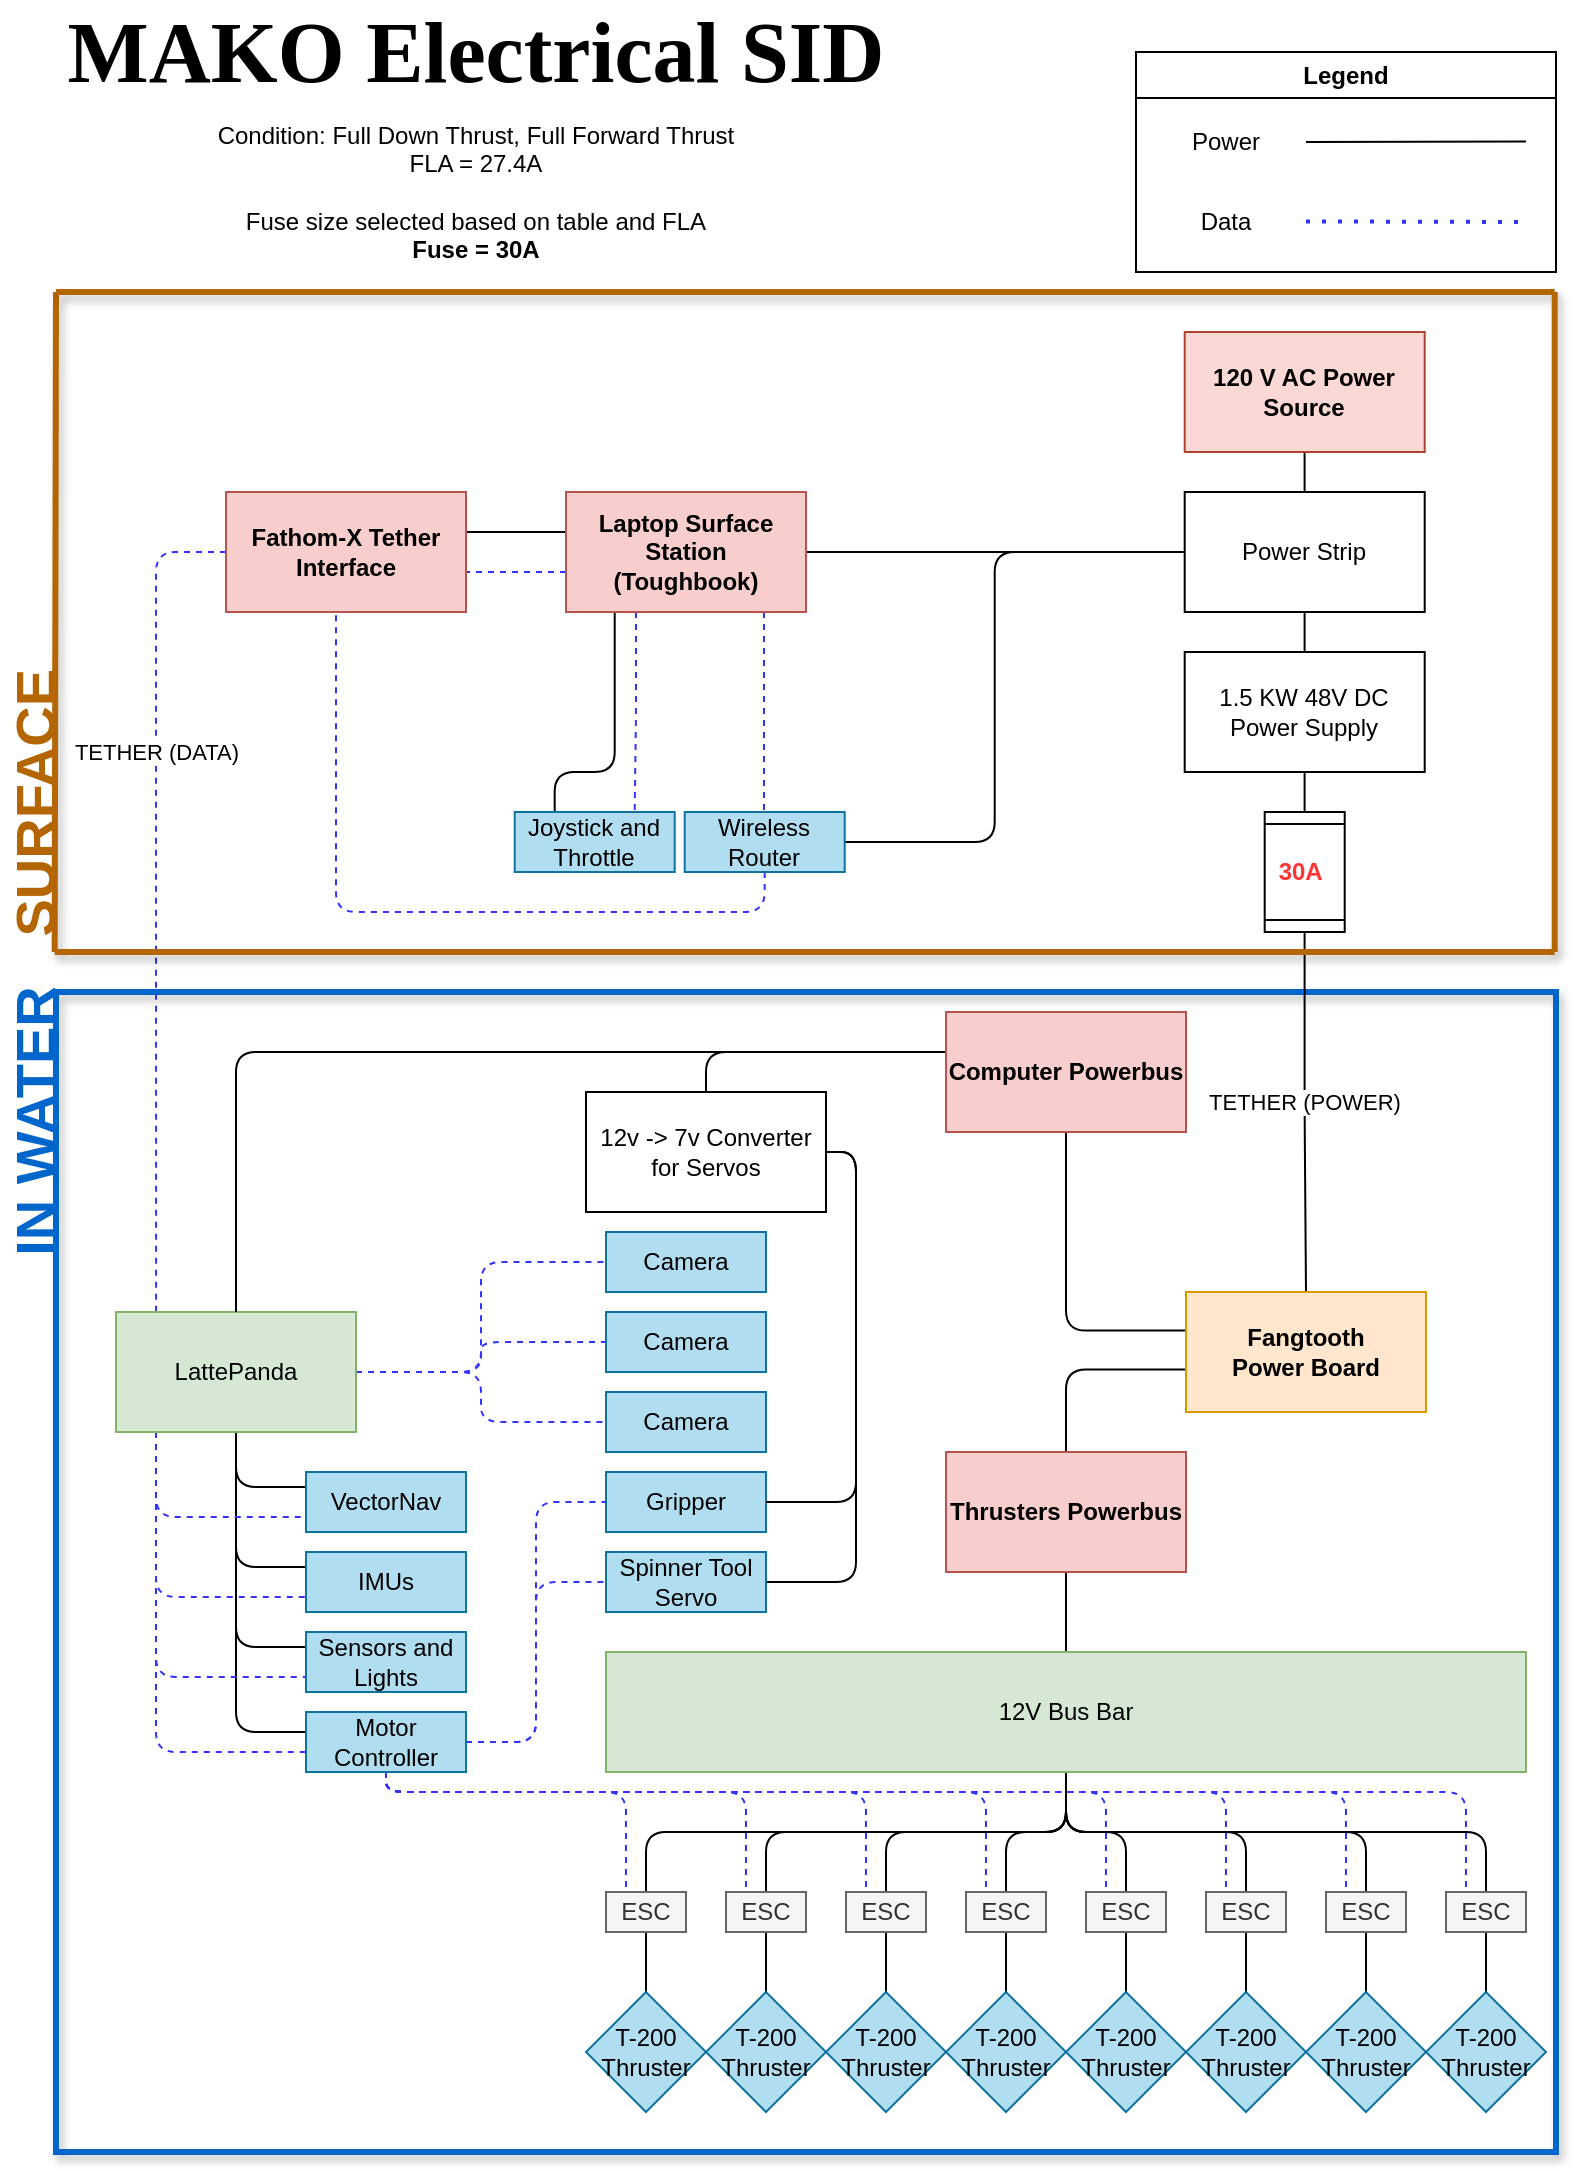
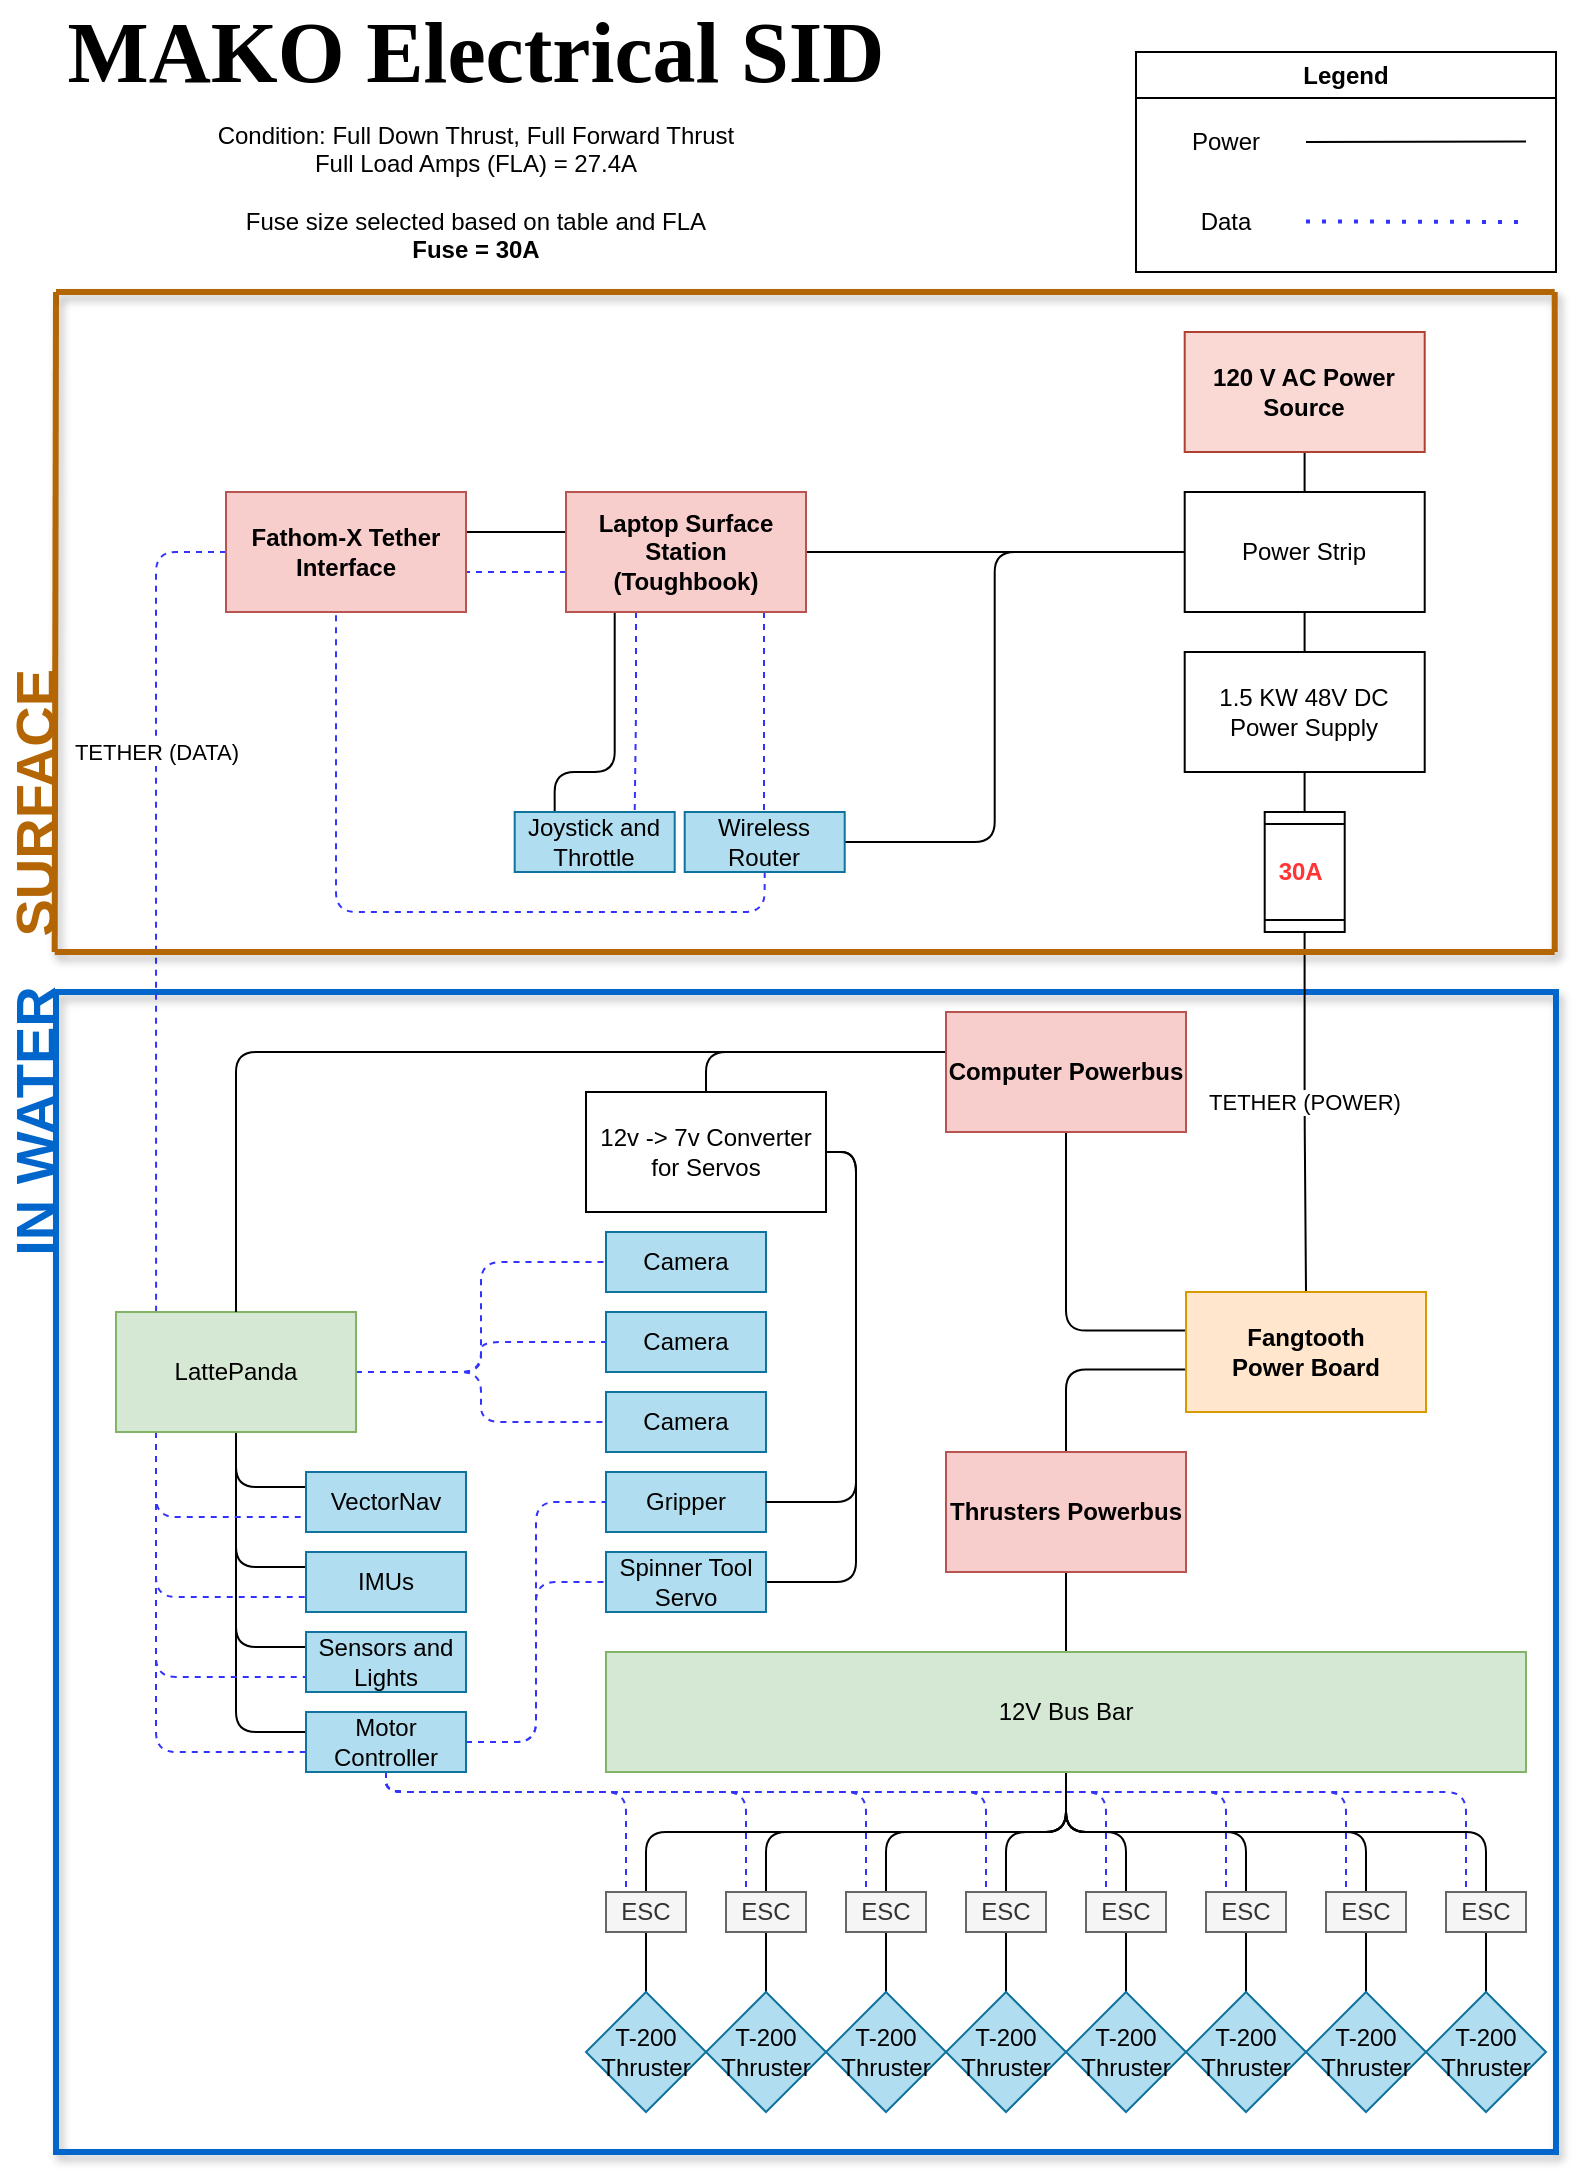
<mxfile host="app.diagrams.net" agent="Mozilla/5.0 (Windows NT 10.0; Win64; x64; rv:139.0) Gecko/20100101 Firefox/139.0">
  <diagram name="Page-1" id="doaNbLGYiiKzRFzNWdXi">
-     <mxGraphModel dx="1204" dy="1192" grid="1" gridSize="10" guides="1" tooltips="1" connect="1" arrows="1" fold="1" page="1" pageScale="1" pageWidth="850" pageHeight="1100" math="0" shadow="0">
+     <mxGraphModel dx="567" dy="822" grid="1" gridSize="10" guides="1" tooltips="1" connect="1" arrows="1" fold="1" page="1" pageScale="1" pageWidth="850" pageHeight="1100" math="0" shadow="0">
      <root>
        <mxCell id="0" />
        <mxCell id="1" parent="0" />
        <mxCell id="0vSBfI8_46AL9H7hPHAw-18" parent="1" style="rounded=0;whiteSpace=wrap;html=1;fillColor=none;strokeWidth=3;strokeColor=#0066CC;glass=0;shadow=1;" value="" vertex="1">
          <mxGeometry height="580" width="750" x="890" y="500" as="geometry" />
        </mxCell>
        <mxCell id="59XTsty1G1Yx93DkZX_j-1" parent="1" style="text;html=1;whiteSpace=wrap;strokeColor=none;fillColor=none;align=center;verticalAlign=middle;rounded=0;fontFamily=Times New Roman;fontStyle=1" value="&lt;font style=&quot;font-size: 43px;&quot;&gt;&lt;span&gt;MAKO Electrical SID&lt;/span&gt;&lt;/font&gt;" vertex="1">
          <mxGeometry height="40" width="420" x="890" y="10" as="geometry" />
        </mxCell>
        <mxCell id="59XTsty1G1Yx93DkZX_j-24" edge="1" parent="1" style="edgeStyle=orthogonalEdgeStyle;rounded=0;orthogonalLoop=1;jettySize=auto;html=1;exitX=0.5;exitY=1;exitDx=0;exitDy=0;">
          <mxGeometry relative="1" as="geometry">
            <mxPoint x="1435" y="910" as="sourcePoint" />
            <mxPoint x="1435" y="910" as="targetPoint" />
          </mxGeometry>
        </mxCell>
        <mxCell id="59XTsty1G1Yx93DkZX_j-45" parent="1" style="swimlane;whiteSpace=wrap;html=1;" value="Legend" vertex="1">
          <mxGeometry height="110" width="210" x="1430" y="30" as="geometry" />
        </mxCell>
        <mxCell id="59XTsty1G1Yx93DkZX_j-46" parent="59XTsty1G1Yx93DkZX_j-45" style="text;html=1;whiteSpace=wrap;strokeColor=none;fillColor=none;align=center;verticalAlign=middle;rounded=0;" value="Power" vertex="1">
          <mxGeometry height="30" width="60" x="15" y="30" as="geometry" />
        </mxCell>
        <mxCell id="59XTsty1G1Yx93DkZX_j-47" parent="59XTsty1G1Yx93DkZX_j-45" style="text;html=1;whiteSpace=wrap;strokeColor=none;fillColor=none;align=center;verticalAlign=middle;rounded=0;" value="Data" vertex="1">
          <mxGeometry height="30" width="60" x="15" y="70" as="geometry" />
        </mxCell>
        <mxCell id="59XTsty1G1Yx93DkZX_j-53" edge="1" parent="59XTsty1G1Yx93DkZX_j-45" style="endArrow=none;dashed=1;html=1;dashPattern=1 3;strokeWidth=2;strokeColor=#3333FF;" value="">
          <mxGeometry height="50" relative="1" width="50" as="geometry">
            <mxPoint x="85" y="84.72" as="sourcePoint" />
            <mxPoint x="195" y="85" as="targetPoint" />
          </mxGeometry>
        </mxCell>
        <mxCell id="59XTsty1G1Yx93DkZX_j-54" edge="1" parent="59XTsty1G1Yx93DkZX_j-45" style="endArrow=none;html=1;strokeColor=#000000;" value="">
          <mxGeometry height="50" relative="1" width="50" as="geometry">
            <mxPoint x="85" y="45.06" as="sourcePoint" />
            <mxPoint x="195" y="44.78" as="targetPoint" />
          </mxGeometry>
        </mxCell>
        <mxCell id="59XTsty1G1Yx93DkZX_j-216" edge="1" parent="1" source="59XTsty1G1Yx93DkZX_j-57" style="edgeStyle=orthogonalEdgeStyle;orthogonalLoop=1;jettySize=auto;html=1;endArrow=none;endFill=0;" target="59XTsty1G1Yx93DkZX_j-208" value="">
          <mxGeometry relative="1" as="geometry" />
        </mxCell>
        <mxCell id="59XTsty1G1Yx93DkZX_j-57" parent="1" style="rounded=0;whiteSpace=wrap;html=1;fillColor=#fad9d5;strokeColor=#ae4132;fontStyle=1" value="120 V AC Power Source" vertex="1">
          <mxGeometry height="60" width="120" x="1454.35" y="170" as="geometry" />
        </mxCell>
        <mxCell id="59XTsty1G1Yx93DkZX_j-71" edge="1" parent="1" source="59XTsty1G1Yx93DkZX_j-66" style="edgeStyle=orthogonalEdgeStyle;orthogonalLoop=1;jettySize=auto;html=1;endArrow=none;endFill=0;" target="59XTsty1G1Yx93DkZX_j-70" value="">
          <mxGeometry relative="1" as="geometry" />
        </mxCell>
        <mxCell id="59XTsty1G1Yx93DkZX_j-66" parent="1" style="rounded=0;whiteSpace=wrap;html=1;" value="&lt;div&gt;1.5 KW 48V DC Power Supply&lt;/div&gt;" vertex="1">
          <mxGeometry height="60" width="120" x="1454.35" y="330" as="geometry" />
        </mxCell>
        <mxCell id="59XTsty1G1Yx93DkZX_j-81" edge="1" parent="1" source="59XTsty1G1Yx93DkZX_j-70" style="edgeStyle=orthogonalEdgeStyle;orthogonalLoop=1;jettySize=auto;html=1;entryX=0.5;entryY=0;entryDx=0;entryDy=0;endArrow=none;endFill=0;" target="59XTsty1G1Yx93DkZX_j-101" value="">
          <mxGeometry relative="1" as="geometry">
            <mxPoint x="1515" y="470" as="targetPoint" />
          </mxGeometry>
        </mxCell>
        <mxCell id="59XTsty1G1Yx93DkZX_j-99" connectable="0" parent="59XTsty1G1Yx93DkZX_j-81" style="edgeLabel;html=1;align=center;verticalAlign=middle;resizable=0;points=[];" value="TETHER (POWER)" vertex="1">
          <mxGeometry relative="1" x="-0.062" y="-1" as="geometry">
            <mxPoint as="offset" />
          </mxGeometry>
        </mxCell>
        <mxCell id="59XTsty1G1Yx93DkZX_j-70" parent="1" style="shape=process;whiteSpace=wrap;html=1;backgroundOutline=1;rounded=0;direction=south;" value="&lt;div&gt;&lt;b style=&quot;color: rgb(255, 53, 53);&quot;&gt;30A&amp;nbsp;&lt;/b&gt;&lt;/div&gt;" vertex="1">
          <mxGeometry height="60" width="40" x="1494.35" y="410" as="geometry" />
        </mxCell>
-         <mxCell id="59XTsty1G1Yx93DkZX_j-83" parent="1" style="text;html=1;whiteSpace=wrap;strokeColor=none;fillColor=none;align=center;verticalAlign=middle;rounded=0;" value="&lt;div&gt;Condition: Full Down Thrust, Full Forward Thrust&lt;/div&gt;&lt;div&gt;FLA = 27.4A&lt;/div&gt;&lt;div&gt;&lt;br&gt;&lt;/div&gt;&lt;div&gt;Fuse size selected based on table and FLA&lt;/div&gt;&lt;div&gt;&lt;b&gt;Fuse = 30A&lt;/b&gt;&lt;/div&gt;" vertex="1">
+         <mxCell id="59XTsty1G1Yx93DkZX_j-83" parent="1" style="text;html=1;whiteSpace=wrap;strokeColor=none;fillColor=none;align=center;verticalAlign=middle;rounded=0;" value="&lt;div&gt;Condition: Full Down Thrust, Full Forward Thrust&lt;/div&gt;&lt;div&gt;Full Load Amps (FLA) = 27.4A&lt;/div&gt;&lt;div&gt;&lt;br&gt;&lt;/div&gt;&lt;div&gt;Fuse size selected based on table and FLA&lt;/div&gt;&lt;div&gt;&lt;b&gt;Fuse = 30A&lt;/b&gt;&lt;/div&gt;" vertex="1">
          <mxGeometry height="80" width="410" x="894.9999999999999" y="60" as="geometry" />
        </mxCell>
        <mxCell id="59XTsty1G1Yx93DkZX_j-205" edge="1" parent="1" source="59XTsty1G1Yx93DkZX_j-101" style="edgeStyle=orthogonalEdgeStyle;orthogonalLoop=1;jettySize=auto;html=1;entryX=0.5;entryY=1;entryDx=0;entryDy=0;exitX=-0.004;exitY=0.321;exitDx=0;exitDy=0;exitPerimeter=0;endArrow=none;endFill=0;" target="59XTsty1G1Yx93DkZX_j-180">
          <mxGeometry relative="1" as="geometry" />
        </mxCell>
        <mxCell id="59XTsty1G1Yx93DkZX_j-206" edge="1" parent="1" source="59XTsty1G1Yx93DkZX_j-101" style="edgeStyle=orthogonalEdgeStyle;orthogonalLoop=1;jettySize=auto;html=1;exitX=0.001;exitY=0.645;exitDx=0;exitDy=0;exitPerimeter=0;endArrow=none;endFill=0;" target="59XTsty1G1Yx93DkZX_j-102">
          <mxGeometry relative="1" as="geometry" />
        </mxCell>
        <mxCell id="59XTsty1G1Yx93DkZX_j-101" parent="1" style="rounded=0;whiteSpace=wrap;html=1;fillColor=#ffe6cc;strokeColor=#d79b00;fontStyle=1" value="&lt;div&gt;Fangtooth&lt;/div&gt;&lt;div&gt;Power Board&lt;/div&gt;" vertex="1">
          <mxGeometry height="60" width="120" x="1455" y="650" as="geometry" />
        </mxCell>
        <mxCell id="59XTsty1G1Yx93DkZX_j-113" edge="1" parent="1" source="59XTsty1G1Yx93DkZX_j-102" style="edgeStyle=orthogonalEdgeStyle;orthogonalLoop=1;jettySize=auto;html=1;entryX=0.5;entryY=0;entryDx=0;entryDy=0;endArrow=none;endFill=0;" target="59XTsty1G1Yx93DkZX_j-108">
          <mxGeometry relative="1" as="geometry" />
        </mxCell>
        <mxCell id="59XTsty1G1Yx93DkZX_j-102" parent="1" style="rounded=0;whiteSpace=wrap;html=1;fillColor=#f8cecc;strokeColor=#b85450;fontStyle=1" value="Thrusters Powerbus" vertex="1">
          <mxGeometry height="60" width="120" x="1335" y="730" as="geometry" />
        </mxCell>
        <mxCell id="59XTsty1G1Yx93DkZX_j-135" edge="1" parent="1" source="59XTsty1G1Yx93DkZX_j-108" style="edgeStyle=orthogonalEdgeStyle;orthogonalLoop=1;jettySize=auto;html=1;entryX=0.5;entryY=0;entryDx=0;entryDy=0;endArrow=none;endFill=0;" target="59XTsty1G1Yx93DkZX_j-116">
          <mxGeometry relative="1" as="geometry" />
        </mxCell>
        <mxCell id="59XTsty1G1Yx93DkZX_j-137" edge="1" parent="1" source="59XTsty1G1Yx93DkZX_j-108" style="edgeStyle=orthogonalEdgeStyle;orthogonalLoop=1;jettySize=auto;html=1;entryX=0.5;entryY=0;entryDx=0;entryDy=0;endArrow=none;endFill=0;" target="59XTsty1G1Yx93DkZX_j-120">
          <mxGeometry relative="1" as="geometry" />
        </mxCell>
        <mxCell id="59XTsty1G1Yx93DkZX_j-138" edge="1" parent="1" source="59XTsty1G1Yx93DkZX_j-108" style="edgeStyle=orthogonalEdgeStyle;orthogonalLoop=1;jettySize=auto;html=1;entryX=0.5;entryY=0;entryDx=0;entryDy=0;endArrow=none;endFill=0;" target="59XTsty1G1Yx93DkZX_j-117">
          <mxGeometry relative="1" as="geometry" />
        </mxCell>
        <mxCell id="59XTsty1G1Yx93DkZX_j-139" edge="1" parent="1" source="59XTsty1G1Yx93DkZX_j-108" style="edgeStyle=orthogonalEdgeStyle;orthogonalLoop=1;jettySize=auto;html=1;entryX=0.5;entryY=0;entryDx=0;entryDy=0;endArrow=none;endFill=0;" target="59XTsty1G1Yx93DkZX_j-118">
          <mxGeometry relative="1" as="geometry" />
        </mxCell>
        <mxCell id="59XTsty1G1Yx93DkZX_j-140" edge="1" parent="1" source="59XTsty1G1Yx93DkZX_j-108" style="edgeStyle=orthogonalEdgeStyle;orthogonalLoop=1;jettySize=auto;html=1;entryX=0.5;entryY=0;entryDx=0;entryDy=0;endArrow=none;endFill=0;" target="59XTsty1G1Yx93DkZX_j-121">
          <mxGeometry relative="1" as="geometry" />
        </mxCell>
        <mxCell id="59XTsty1G1Yx93DkZX_j-141" edge="1" parent="1" source="59XTsty1G1Yx93DkZX_j-108" style="edgeStyle=orthogonalEdgeStyle;orthogonalLoop=1;jettySize=auto;html=1;entryX=0.5;entryY=0;entryDx=0;entryDy=0;endArrow=none;endFill=0;" target="59XTsty1G1Yx93DkZX_j-122">
          <mxGeometry relative="1" as="geometry" />
        </mxCell>
        <mxCell id="59XTsty1G1Yx93DkZX_j-142" edge="1" parent="1" source="59XTsty1G1Yx93DkZX_j-108" style="edgeStyle=orthogonalEdgeStyle;orthogonalLoop=1;jettySize=auto;html=1;entryX=0.5;entryY=0;entryDx=0;entryDy=0;endArrow=none;endFill=0;" target="59XTsty1G1Yx93DkZX_j-123">
          <mxGeometry relative="1" as="geometry" />
        </mxCell>
        <mxCell id="59XTsty1G1Yx93DkZX_j-143" edge="1" parent="1" source="59XTsty1G1Yx93DkZX_j-108" style="edgeStyle=orthogonalEdgeStyle;orthogonalLoop=1;jettySize=auto;html=1;endArrow=none;endFill=0;" target="59XTsty1G1Yx93DkZX_j-124">
          <mxGeometry relative="1" as="geometry" />
        </mxCell>
        <mxCell id="59XTsty1G1Yx93DkZX_j-108" parent="1" style="rounded=0;whiteSpace=wrap;html=1;fillColor=#d5e8d4;strokeColor=#82b366;fontStyle=0" value="&lt;span&gt;12V Bus Bar&lt;/span&gt;" vertex="1">
          <mxGeometry height="60" width="460" x="1165" y="830" as="geometry" />
        </mxCell>
        <mxCell id="59XTsty1G1Yx93DkZX_j-158" edge="1" parent="1" source="59XTsty1G1Yx93DkZX_j-111" style="edgeStyle=orthogonalEdgeStyle;orthogonalLoop=1;jettySize=auto;html=1;entryX=0;entryY=0.5;entryDx=0;entryDy=0;dashed=1;strokeColor=#3333FF;endArrow=none;endFill=0;" target="59XTsty1G1Yx93DkZX_j-154">
          <mxGeometry relative="1" as="geometry" />
        </mxCell>
        <mxCell id="59XTsty1G1Yx93DkZX_j-159" edge="1" parent="1" source="59XTsty1G1Yx93DkZX_j-111" style="edgeStyle=orthogonalEdgeStyle;orthogonalLoop=1;jettySize=auto;html=1;entryX=0;entryY=0.5;entryDx=0;entryDy=0;dashed=1;strokeColor=#3333FF;endArrow=none;endFill=0;" target="59XTsty1G1Yx93DkZX_j-153">
          <mxGeometry relative="1" as="geometry" />
        </mxCell>
        <mxCell id="59XTsty1G1Yx93DkZX_j-232" edge="1" parent="1" source="59XTsty1G1Yx93DkZX_j-111" style="edgeStyle=orthogonalEdgeStyle;orthogonalLoop=1;jettySize=auto;html=1;entryX=0;entryY=0.25;entryDx=0;entryDy=0;endArrow=none;endFill=0;" target="59XTsty1G1Yx93DkZX_j-164">
          <mxGeometry relative="1" as="geometry">
            <Array as="points">
              <mxPoint x="980" y="748" />
            </Array>
          </mxGeometry>
        </mxCell>
        <mxCell id="59XTsty1G1Yx93DkZX_j-233" edge="1" parent="1" source="59XTsty1G1Yx93DkZX_j-111" style="edgeStyle=orthogonalEdgeStyle;orthogonalLoop=1;jettySize=auto;html=1;entryX=0;entryY=0.25;entryDx=0;entryDy=0;endArrow=none;endFill=0;" target="59XTsty1G1Yx93DkZX_j-163">
          <mxGeometry relative="1" as="geometry">
            <Array as="points">
              <mxPoint x="980" y="788" />
            </Array>
          </mxGeometry>
        </mxCell>
        <mxCell id="59XTsty1G1Yx93DkZX_j-234" edge="1" parent="1" source="59XTsty1G1Yx93DkZX_j-111" style="edgeStyle=orthogonalEdgeStyle;orthogonalLoop=1;jettySize=auto;html=1;entryX=0;entryY=0.25;entryDx=0;entryDy=0;endArrow=none;endFill=0;" target="59XTsty1G1Yx93DkZX_j-165">
          <mxGeometry relative="1" as="geometry">
            <Array as="points">
              <mxPoint x="980" y="828" />
            </Array>
          </mxGeometry>
        </mxCell>
        <mxCell id="59XTsty1G1Yx93DkZX_j-235" edge="1" parent="1" source="59XTsty1G1Yx93DkZX_j-111" style="edgeStyle=orthogonalEdgeStyle;orthogonalLoop=1;jettySize=auto;html=1;entryX=0.003;entryY=0.353;entryDx=0;entryDy=0;entryPerimeter=0;endArrow=none;endFill=0;" target="59XTsty1G1Yx93DkZX_j-231">
          <mxGeometry relative="1" as="geometry">
            <Array as="points">
              <mxPoint x="980" y="870" />
              <mxPoint x="1015" y="870" />
            </Array>
          </mxGeometry>
        </mxCell>
        <mxCell id="59XTsty1G1Yx93DkZX_j-236" edge="1" parent="1" source="59XTsty1G1Yx93DkZX_j-111" style="edgeStyle=orthogonalEdgeStyle;orthogonalLoop=1;jettySize=auto;html=1;entryX=-0.002;entryY=0.647;entryDx=0;entryDy=0;dashed=1;strokeColor=#3333FF;entryPerimeter=0;endArrow=none;endFill=0;" target="59XTsty1G1Yx93DkZX_j-231">
          <mxGeometry relative="1" as="geometry">
            <Array as="points">
              <mxPoint x="940" y="880" />
              <mxPoint x="1015" y="880" />
            </Array>
          </mxGeometry>
        </mxCell>
        <mxCell id="59XTsty1G1Yx93DkZX_j-237" edge="1" parent="1" source="59XTsty1G1Yx93DkZX_j-111" style="edgeStyle=orthogonalEdgeStyle;orthogonalLoop=1;jettySize=auto;html=1;entryX=0;entryY=0.75;entryDx=0;entryDy=0;dashed=1;strokeColor=#3333FF;endArrow=none;endFill=0;" target="59XTsty1G1Yx93DkZX_j-165">
          <mxGeometry relative="1" as="geometry">
            <Array as="points">
              <mxPoint x="940" y="843" />
            </Array>
          </mxGeometry>
        </mxCell>
        <mxCell id="59XTsty1G1Yx93DkZX_j-238" edge="1" parent="1" source="59XTsty1G1Yx93DkZX_j-111" style="edgeStyle=orthogonalEdgeStyle;orthogonalLoop=1;jettySize=auto;html=1;entryX=0;entryY=0.75;entryDx=0;entryDy=0;dashed=1;strokeColor=#3333FF;endArrow=none;endFill=0;" target="59XTsty1G1Yx93DkZX_j-163">
          <mxGeometry relative="1" as="geometry">
            <Array as="points">
              <mxPoint x="940" y="803" />
            </Array>
          </mxGeometry>
        </mxCell>
        <mxCell id="59XTsty1G1Yx93DkZX_j-239" edge="1" parent="1" source="59XTsty1G1Yx93DkZX_j-111" style="edgeStyle=orthogonalEdgeStyle;orthogonalLoop=1;jettySize=auto;html=1;entryX=0;entryY=0.75;entryDx=0;entryDy=0;dashed=1;strokeColor=#3333FF;endArrow=none;endFill=0;" target="59XTsty1G1Yx93DkZX_j-164">
          <mxGeometry relative="1" as="geometry">
            <Array as="points">
              <mxPoint x="940" y="763" />
            </Array>
          </mxGeometry>
        </mxCell>
        <mxCell id="0vSBfI8_46AL9H7hPHAw-38" edge="1" parent="1" source="59XTsty1G1Yx93DkZX_j-111" style="edgeStyle=orthogonalEdgeStyle;rounded=1;orthogonalLoop=1;jettySize=auto;html=1;entryX=0;entryY=0.5;entryDx=0;entryDy=0;curved=0;endArrow=none;endFill=0;dashed=1;strokeColor=#3333FF;" target="0vSBfI8_46AL9H7hPHAw-37">
          <mxGeometry relative="1" as="geometry" />
        </mxCell>
        <mxCell id="59XTsty1G1Yx93DkZX_j-111" parent="1" style="rounded=0;whiteSpace=wrap;html=1;fillColor=#d5e8d4;strokeColor=#82b366;" value="LattePanda" vertex="1">
          <mxGeometry height="60" width="120" x="920" y="660" as="geometry" />
        </mxCell>
        <mxCell id="59XTsty1G1Yx93DkZX_j-145" edge="1" parent="1" source="59XTsty1G1Yx93DkZX_j-116" style="edgeStyle=orthogonalEdgeStyle;orthogonalLoop=1;jettySize=auto;html=1;entryX=0.5;entryY=0;entryDx=0;entryDy=0;endArrow=none;endFill=0;" target="59XTsty1G1Yx93DkZX_j-126">
          <mxGeometry relative="1" as="geometry" />
        </mxCell>
        <mxCell id="59XTsty1G1Yx93DkZX_j-116" parent="1" style="rounded=0;whiteSpace=wrap;html=1;fillColor=#f5f5f5;fontColor=#333333;strokeColor=#666666;" value="ESC" vertex="1">
          <mxGeometry height="20" width="40" x="1165" y="950" as="geometry" />
        </mxCell>
        <mxCell id="59XTsty1G1Yx93DkZX_j-147" edge="1" parent="1" source="59XTsty1G1Yx93DkZX_j-117" style="edgeStyle=orthogonalEdgeStyle;orthogonalLoop=1;jettySize=auto;html=1;entryX=0.5;entryY=0;entryDx=0;entryDy=0;endArrow=none;endFill=0;" target="59XTsty1G1Yx93DkZX_j-128">
          <mxGeometry relative="1" as="geometry" />
        </mxCell>
        <mxCell id="59XTsty1G1Yx93DkZX_j-117" parent="1" style="rounded=0;whiteSpace=wrap;html=1;fillColor=#f5f5f5;fontColor=#333333;strokeColor=#666666;" value="ESC" vertex="1">
          <mxGeometry height="20" width="40" x="1285" y="950" as="geometry" />
        </mxCell>
        <mxCell id="59XTsty1G1Yx93DkZX_j-148" edge="1" parent="1" source="59XTsty1G1Yx93DkZX_j-118" style="edgeStyle=orthogonalEdgeStyle;orthogonalLoop=1;jettySize=auto;html=1;entryX=0.5;entryY=0;entryDx=0;entryDy=0;endArrow=none;endFill=0;" target="59XTsty1G1Yx93DkZX_j-129">
          <mxGeometry relative="1" as="geometry" />
        </mxCell>
        <mxCell id="59XTsty1G1Yx93DkZX_j-118" parent="1" style="rounded=0;whiteSpace=wrap;html=1;fillColor=#f5f5f5;fontColor=#333333;strokeColor=#666666;" value="ESC" vertex="1">
          <mxGeometry height="20" width="40" x="1345" y="950" as="geometry" />
        </mxCell>
        <mxCell id="59XTsty1G1Yx93DkZX_j-146" edge="1" parent="1" source="59XTsty1G1Yx93DkZX_j-120" style="edgeStyle=orthogonalEdgeStyle;orthogonalLoop=1;jettySize=auto;html=1;entryX=0.5;entryY=0;entryDx=0;entryDy=0;endArrow=none;endFill=0;" target="59XTsty1G1Yx93DkZX_j-127">
          <mxGeometry relative="1" as="geometry" />
        </mxCell>
        <mxCell id="59XTsty1G1Yx93DkZX_j-120" parent="1" style="rounded=0;whiteSpace=wrap;html=1;fillColor=#f5f5f5;fontColor=#333333;strokeColor=#666666;" value="ESC" vertex="1">
          <mxGeometry height="20" width="40" x="1225" y="950" as="geometry" />
        </mxCell>
        <mxCell id="59XTsty1G1Yx93DkZX_j-149" edge="1" parent="1" source="59XTsty1G1Yx93DkZX_j-121" style="edgeStyle=orthogonalEdgeStyle;orthogonalLoop=1;jettySize=auto;html=1;entryX=0.5;entryY=0;entryDx=0;entryDy=0;endArrow=none;endFill=0;" target="59XTsty1G1Yx93DkZX_j-130">
          <mxGeometry relative="1" as="geometry" />
        </mxCell>
        <mxCell id="59XTsty1G1Yx93DkZX_j-121" parent="1" style="rounded=0;whiteSpace=wrap;html=1;fillColor=#f5f5f5;fontColor=#333333;strokeColor=#666666;" value="ESC" vertex="1">
          <mxGeometry height="20" width="40" x="1405" y="950" as="geometry" />
        </mxCell>
        <mxCell id="59XTsty1G1Yx93DkZX_j-150" edge="1" parent="1" source="59XTsty1G1Yx93DkZX_j-122" style="edgeStyle=orthogonalEdgeStyle;orthogonalLoop=1;jettySize=auto;html=1;entryX=0.5;entryY=0;entryDx=0;entryDy=0;endArrow=none;endFill=0;" target="59XTsty1G1Yx93DkZX_j-131">
          <mxGeometry relative="1" as="geometry" />
        </mxCell>
        <mxCell id="59XTsty1G1Yx93DkZX_j-122" parent="1" style="rounded=0;whiteSpace=wrap;html=1;fillColor=#f5f5f5;fontColor=#333333;strokeColor=#666666;" value="ESC" vertex="1">
          <mxGeometry height="20" width="40" x="1465" y="950" as="geometry" />
        </mxCell>
        <mxCell id="59XTsty1G1Yx93DkZX_j-151" edge="1" parent="1" source="59XTsty1G1Yx93DkZX_j-123" style="edgeStyle=orthogonalEdgeStyle;orthogonalLoop=1;jettySize=auto;html=1;entryX=0.5;entryY=0;entryDx=0;entryDy=0;endArrow=none;endFill=0;" target="59XTsty1G1Yx93DkZX_j-132">
          <mxGeometry relative="1" as="geometry" />
        </mxCell>
        <mxCell id="59XTsty1G1Yx93DkZX_j-123" parent="1" style="rounded=0;whiteSpace=wrap;html=1;fillColor=#f5f5f5;fontColor=#333333;strokeColor=#666666;" value="ESC" vertex="1">
          <mxGeometry height="20" width="40" x="1525" y="950" as="geometry" />
        </mxCell>
        <mxCell id="59XTsty1G1Yx93DkZX_j-152" edge="1" parent="1" source="59XTsty1G1Yx93DkZX_j-124" style="edgeStyle=orthogonalEdgeStyle;orthogonalLoop=1;jettySize=auto;html=1;entryX=0.5;entryY=0;entryDx=0;entryDy=0;endArrow=none;endFill=0;" target="59XTsty1G1Yx93DkZX_j-133">
          <mxGeometry relative="1" as="geometry" />
        </mxCell>
        <mxCell id="59XTsty1G1Yx93DkZX_j-124" parent="1" style="rounded=0;whiteSpace=wrap;html=1;fillColor=#f5f5f5;fontColor=#333333;strokeColor=#666666;" value="ESC" vertex="1">
          <mxGeometry height="20" width="40" x="1585" y="950" as="geometry" />
        </mxCell>
        <mxCell id="59XTsty1G1Yx93DkZX_j-126" parent="1" style="rhombus;whiteSpace=wrap;html=1;fillColor=#b1ddf0;strokeColor=#10739e;" value="T-200 Thruster" vertex="1">
          <mxGeometry height="60" width="60" x="1155" y="1000" as="geometry" />
        </mxCell>
        <mxCell id="59XTsty1G1Yx93DkZX_j-127" parent="1" style="rhombus;whiteSpace=wrap;html=1;fillColor=#b1ddf0;strokeColor=#10739e;" value="T-200 Thruster" vertex="1">
          <mxGeometry height="60" width="60" x="1215" y="1000" as="geometry" />
        </mxCell>
        <mxCell id="59XTsty1G1Yx93DkZX_j-128" parent="1" style="rhombus;whiteSpace=wrap;html=1;fillColor=#b1ddf0;strokeColor=#10739e;" value="T-200 Thruster" vertex="1">
          <mxGeometry height="60" width="60" x="1275" y="1000" as="geometry" />
        </mxCell>
        <mxCell id="59XTsty1G1Yx93DkZX_j-129" parent="1" style="rhombus;whiteSpace=wrap;html=1;fillColor=#b1ddf0;strokeColor=#10739e;" value="T-200 Thruster" vertex="1">
          <mxGeometry height="60" width="60" x="1335" y="1000" as="geometry" />
        </mxCell>
        <mxCell id="59XTsty1G1Yx93DkZX_j-130" parent="1" style="rhombus;whiteSpace=wrap;html=1;fillColor=#b1ddf0;strokeColor=#10739e;" value="T-200 Thruster" vertex="1">
          <mxGeometry height="60" width="60" x="1395" y="1000" as="geometry" />
        </mxCell>
        <mxCell id="59XTsty1G1Yx93DkZX_j-131" parent="1" style="rhombus;whiteSpace=wrap;html=1;fillColor=#b1ddf0;strokeColor=#10739e;" value="T-200 Thruster" vertex="1">
          <mxGeometry height="60" width="60" x="1455" y="1000" as="geometry" />
        </mxCell>
        <mxCell id="59XTsty1G1Yx93DkZX_j-132" parent="1" style="rhombus;whiteSpace=wrap;html=1;fillColor=#b1ddf0;strokeColor=#10739e;" value="T-200 Thruster" vertex="1">
          <mxGeometry height="60" width="60" x="1515" y="1000" as="geometry" />
        </mxCell>
        <mxCell id="59XTsty1G1Yx93DkZX_j-133" parent="1" style="rhombus;whiteSpace=wrap;html=1;fillColor=#b1ddf0;strokeColor=#10739e;" value="T-200 Thruster" vertex="1">
          <mxGeometry height="60" width="60" x="1575" y="1000" as="geometry" />
        </mxCell>
        <mxCell id="59XTsty1G1Yx93DkZX_j-153" parent="1" style="rounded=0;whiteSpace=wrap;html=1;fillColor=#b1ddf0;strokeColor=#10739e;" value="Camera" vertex="1">
          <mxGeometry height="30" width="80" x="1165" y="660" as="geometry" />
        </mxCell>
        <mxCell id="59XTsty1G1Yx93DkZX_j-154" parent="1" style="rounded=0;whiteSpace=wrap;html=1;fillColor=#b1ddf0;strokeColor=#10739e;" value="Camera" vertex="1">
          <mxGeometry height="30" width="80" x="1165" y="700" as="geometry" />
        </mxCell>
        <mxCell id="59XTsty1G1Yx93DkZX_j-155" parent="1" style="rounded=0;whiteSpace=wrap;html=1;fillColor=#b1ddf0;strokeColor=#10739e;" value="Gripper" vertex="1">
          <mxGeometry height="30" width="80" x="1165" y="740" as="geometry" />
        </mxCell>
        <mxCell id="59XTsty1G1Yx93DkZX_j-163" parent="1" style="rounded=0;whiteSpace=wrap;html=1;fillColor=#b1ddf0;strokeColor=#10739e;" value="IMUs" vertex="1">
          <mxGeometry height="30" width="80" x="1015" y="780" as="geometry" />
        </mxCell>
        <mxCell id="59XTsty1G1Yx93DkZX_j-164" parent="1" style="rounded=0;whiteSpace=wrap;html=1;fillColor=#b1ddf0;strokeColor=#10739e;" value="VectorNav" vertex="1">
          <mxGeometry height="30" width="80" x="1015" y="740" as="geometry" />
        </mxCell>
        <mxCell id="59XTsty1G1Yx93DkZX_j-165" parent="1" style="rounded=0;whiteSpace=wrap;html=1;fillColor=#b1ddf0;strokeColor=#10739e;" value="Sensors and Lights" vertex="1">
          <mxGeometry height="30" width="80" x="1015" y="820" as="geometry" />
        </mxCell>
        <mxCell id="59XTsty1G1Yx93DkZX_j-185" edge="1" parent="1" source="59XTsty1G1Yx93DkZX_j-179" style="edgeStyle=orthogonalEdgeStyle;orthogonalLoop=1;jettySize=auto;html=1;entryX=1;entryY=0.5;entryDx=0;entryDy=0;endArrow=none;endFill=0;" target="59XTsty1G1Yx93DkZX_j-155">
          <mxGeometry relative="1" as="geometry">
            <Array as="points">
              <mxPoint x="1290" y="580" />
              <mxPoint x="1290" y="755" />
            </Array>
          </mxGeometry>
        </mxCell>
        <mxCell id="0vSBfI8_46AL9H7hPHAw-5" edge="1" parent="1" source="59XTsty1G1Yx93DkZX_j-179" style="edgeStyle=orthogonalEdgeStyle;rounded=1;orthogonalLoop=1;jettySize=auto;html=1;entryX=1;entryY=0.5;entryDx=0;entryDy=0;curved=0;endArrow=none;endFill=0;" target="0vSBfI8_46AL9H7hPHAw-3">
          <mxGeometry relative="1" as="geometry">
            <Array as="points">
              <mxPoint x="1290" y="580" />
              <mxPoint x="1290" y="795" />
            </Array>
          </mxGeometry>
        </mxCell>
        <mxCell id="59XTsty1G1Yx93DkZX_j-179" parent="1" style="rounded=0;whiteSpace=wrap;html=1;" value="12v -&amp;gt; 7v Converter for Servos" vertex="1">
          <mxGeometry height="60" width="120" x="1155" y="550" as="geometry" />
        </mxCell>
        <mxCell id="59XTsty1G1Yx93DkZX_j-183" edge="1" parent="1" source="59XTsty1G1Yx93DkZX_j-180" style="edgeStyle=orthogonalEdgeStyle;orthogonalLoop=1;jettySize=auto;html=1;endArrow=none;endFill=0;" target="59XTsty1G1Yx93DkZX_j-111">
          <mxGeometry relative="1" as="geometry">
            <Array as="points">
              <mxPoint x="980" y="530" />
            </Array>
          </mxGeometry>
        </mxCell>
        <mxCell id="59XTsty1G1Yx93DkZX_j-184" edge="1" parent="1" source="59XTsty1G1Yx93DkZX_j-180" style="edgeStyle=orthogonalEdgeStyle;orthogonalLoop=1;jettySize=auto;html=1;entryX=0.5;entryY=0;entryDx=0;entryDy=0;endArrow=none;endFill=0;" target="59XTsty1G1Yx93DkZX_j-179">
          <mxGeometry relative="1" as="geometry">
            <Array as="points">
              <mxPoint x="1215" y="530" />
            </Array>
          </mxGeometry>
        </mxCell>
        <mxCell id="59XTsty1G1Yx93DkZX_j-180" parent="1" style="rounded=0;whiteSpace=wrap;html=1;fillColor=#f8cecc;strokeColor=#b85450;fontStyle=1" value="Computer Powerbus" vertex="1">
          <mxGeometry height="60" width="120" x="1335" y="510" as="geometry" />
        </mxCell>
        <mxCell id="59XTsty1G1Yx93DkZX_j-218" edge="1" parent="1" source="59XTsty1G1Yx93DkZX_j-208" style="edgeStyle=orthogonalEdgeStyle;orthogonalLoop=1;jettySize=auto;html=1;endArrow=none;endFill=0;" target="59XTsty1G1Yx93DkZX_j-66">
          <mxGeometry relative="1" as="geometry" />
        </mxCell>
        <mxCell id="59XTsty1G1Yx93DkZX_j-219" edge="1" parent="1" source="59XTsty1G1Yx93DkZX_j-208" style="edgeStyle=orthogonalEdgeStyle;orthogonalLoop=1;jettySize=auto;html=1;entryX=1;entryY=0.5;entryDx=0;entryDy=0;endArrow=none;endFill=0;" target="59XTsty1G1Yx93DkZX_j-214">
          <mxGeometry relative="1" as="geometry" />
        </mxCell>
        <mxCell id="59XTsty1G1Yx93DkZX_j-224" edge="1" parent="1" source="59XTsty1G1Yx93DkZX_j-208" style="edgeStyle=orthogonalEdgeStyle;orthogonalLoop=1;jettySize=auto;html=1;entryX=1;entryY=0.5;entryDx=0;entryDy=0;endArrow=none;endFill=0;" target="59XTsty1G1Yx93DkZX_j-221">
          <mxGeometry relative="1" as="geometry">
            <Array as="points">
              <mxPoint x="1359.35" y="280" />
              <mxPoint x="1359.35" y="425" />
            </Array>
          </mxGeometry>
        </mxCell>
        <mxCell id="59XTsty1G1Yx93DkZX_j-208" parent="1" style="rounded=0;whiteSpace=wrap;html=1;" value="Power Strip" vertex="1">
          <mxGeometry height="60" width="120" x="1454.35" y="250" as="geometry" />
        </mxCell>
        <mxCell id="59XTsty1G1Yx93DkZX_j-226" edge="1" parent="1" source="59XTsty1G1Yx93DkZX_j-214" style="edgeStyle=orthogonalEdgeStyle;orthogonalLoop=1;jettySize=auto;html=1;dashed=1;strokeColor=#3333FF;entryX=0.75;entryY=0;entryDx=0;entryDy=0;endArrow=none;endFill=0;" target="59XTsty1G1Yx93DkZX_j-222" value="">
          <mxGeometry relative="1" as="geometry">
            <Array as="points">
              <mxPoint x="1180" y="360" />
              <mxPoint x="1179" y="360" />
            </Array>
          </mxGeometry>
        </mxCell>
        <mxCell id="59XTsty1G1Yx93DkZX_j-227" edge="1" parent="1" source="59XTsty1G1Yx93DkZX_j-214" style="edgeStyle=orthogonalEdgeStyle;orthogonalLoop=1;jettySize=auto;html=1;dashed=1;strokeColor=#3333FF;endArrow=none;endFill=0;" target="59XTsty1G1Yx93DkZX_j-221">
          <mxGeometry relative="1" as="geometry">
            <Array as="points">
              <mxPoint x="1244" y="350" />
              <mxPoint x="1244" y="350" />
            </Array>
          </mxGeometry>
        </mxCell>
        <mxCell id="0vSBfI8_46AL9H7hPHAw-9" edge="1" parent="1" source="59XTsty1G1Yx93DkZX_j-214" style="edgeStyle=orthogonalEdgeStyle;rounded=0;orthogonalLoop=1;jettySize=auto;html=1;endArrow=none;endFill=0;" target="0vSBfI8_46AL9H7hPHAw-7" value="">
          <mxGeometry relative="1" as="geometry">
            <Array as="points">
              <mxPoint x="1120" y="270" />
              <mxPoint x="1120" y="270" />
            </Array>
          </mxGeometry>
        </mxCell>
        <mxCell id="0vSBfI8_46AL9H7hPHAw-13" edge="1" parent="1" source="59XTsty1G1Yx93DkZX_j-214" style="edgeStyle=orthogonalEdgeStyle;rounded=1;orthogonalLoop=1;jettySize=auto;html=1;entryX=0.25;entryY=0;entryDx=0;entryDy=0;curved=0;endArrow=none;endFill=0;" target="59XTsty1G1Yx93DkZX_j-222">
          <mxGeometry relative="1" as="geometry">
            <Array as="points">
              <mxPoint x="1169.35" y="390" />
              <mxPoint x="1139.35" y="390" />
            </Array>
          </mxGeometry>
        </mxCell>
        <mxCell id="0vSBfI8_46AL9H7hPHAw-36" edge="1" parent="1" source="59XTsty1G1Yx93DkZX_j-214" style="edgeStyle=orthogonalEdgeStyle;rounded=0;orthogonalLoop=1;jettySize=auto;html=1;dashed=1;strokeColor=#3333FF;endArrow=none;endFill=0;" target="0vSBfI8_46AL9H7hPHAw-7" value="">
          <mxGeometry relative="1" as="geometry">
            <Array as="points">
              <mxPoint x="1120" y="290" />
              <mxPoint x="1120" y="290" />
            </Array>
          </mxGeometry>
        </mxCell>
        <mxCell id="59XTsty1G1Yx93DkZX_j-214" parent="1" style="rounded=0;whiteSpace=wrap;html=1;fillColor=#f8cecc;strokeColor=#b85450;fontStyle=1" value="&lt;div&gt;Laptop Surface Station&lt;/div&gt;&lt;div&gt;(Toughbook)&lt;/div&gt;" vertex="1">
          <mxGeometry height="60" width="120" x="1145" y="250" as="geometry" />
        </mxCell>
        <mxCell id="0vSBfI8_46AL9H7hPHAw-10" edge="1" parent="1" source="59XTsty1G1Yx93DkZX_j-221" style="edgeStyle=orthogonalEdgeStyle;rounded=1;orthogonalLoop=1;jettySize=auto;html=1;strokeColor=#3333FF;curved=0;dashed=1;exitX=0.5;exitY=1;exitDx=0;exitDy=0;endArrow=none;endFill=0;" target="0vSBfI8_46AL9H7hPHAw-7">
          <mxGeometry relative="1" as="geometry">
            <Array as="points">
              <mxPoint x="1244" y="460" />
              <mxPoint x="1030" y="460" />
            </Array>
          </mxGeometry>
        </mxCell>
        <mxCell id="59XTsty1G1Yx93DkZX_j-221" parent="1" style="rounded=0;whiteSpace=wrap;html=1;fillColor=#b1ddf0;strokeColor=#10739e;" value="Wireless Router" vertex="1">
          <mxGeometry height="30" width="80" x="1204.35" y="410" as="geometry" />
        </mxCell>
        <mxCell id="59XTsty1G1Yx93DkZX_j-222" parent="1" style="rounded=0;whiteSpace=wrap;html=1;fillColor=#b1ddf0;strokeColor=#10739e;" value="Joystick and Throttle" vertex="1">
          <mxGeometry height="30" width="80" x="1119.35" y="410" as="geometry" />
        </mxCell>
        <mxCell id="59XTsty1G1Yx93DkZX_j-242" edge="1" parent="1" source="59XTsty1G1Yx93DkZX_j-231" style="edgeStyle=orthogonalEdgeStyle;orthogonalLoop=1;jettySize=auto;html=1;entryX=0.25;entryY=0;entryDx=0;entryDy=0;dashed=1;strokeColor=#3333FF;endArrow=none;endFill=0;" target="59XTsty1G1Yx93DkZX_j-123">
          <mxGeometry relative="1" as="geometry">
            <Array as="points">
              <mxPoint x="1055" y="900" />
              <mxPoint x="1535" y="900" />
            </Array>
          </mxGeometry>
        </mxCell>
        <mxCell id="59XTsty1G1Yx93DkZX_j-243" edge="1" parent="1" source="59XTsty1G1Yx93DkZX_j-231" style="edgeStyle=orthogonalEdgeStyle;orthogonalLoop=1;jettySize=auto;html=1;entryX=0.25;entryY=0;entryDx=0;entryDy=0;dashed=1;strokeColor=#3333FF;endArrow=none;endFill=0;" target="59XTsty1G1Yx93DkZX_j-124">
          <mxGeometry relative="1" as="geometry">
            <Array as="points">
              <mxPoint x="1055" y="900" />
              <mxPoint x="1595" y="900" />
            </Array>
          </mxGeometry>
        </mxCell>
        <mxCell id="59XTsty1G1Yx93DkZX_j-244" edge="1" parent="1" source="59XTsty1G1Yx93DkZX_j-231" style="edgeStyle=orthogonalEdgeStyle;orthogonalLoop=1;jettySize=auto;html=1;entryX=0.25;entryY=0;entryDx=0;entryDy=0;dashed=1;strokeColor=#3333FF;endArrow=none;endFill=0;" target="59XTsty1G1Yx93DkZX_j-122">
          <mxGeometry relative="1" as="geometry">
            <Array as="points">
              <mxPoint x="1055" y="900" />
              <mxPoint x="1475" y="900" />
            </Array>
          </mxGeometry>
        </mxCell>
        <mxCell id="59XTsty1G1Yx93DkZX_j-245" edge="1" parent="1" source="59XTsty1G1Yx93DkZX_j-231" style="edgeStyle=orthogonalEdgeStyle;orthogonalLoop=1;jettySize=auto;html=1;entryX=0.25;entryY=0;entryDx=0;entryDy=0;dashed=1;strokeColor=#3333FF;endArrow=none;endFill=0;" target="59XTsty1G1Yx93DkZX_j-121">
          <mxGeometry relative="1" as="geometry">
            <Array as="points">
              <mxPoint x="1055" y="900" />
              <mxPoint x="1415" y="900" />
            </Array>
          </mxGeometry>
        </mxCell>
        <mxCell id="59XTsty1G1Yx93DkZX_j-246" edge="1" parent="1" source="59XTsty1G1Yx93DkZX_j-231" style="edgeStyle=orthogonalEdgeStyle;orthogonalLoop=1;jettySize=auto;html=1;entryX=0.25;entryY=0;entryDx=0;entryDy=0;dashed=1;strokeColor=#3333FF;endArrow=none;endFill=0;" target="59XTsty1G1Yx93DkZX_j-118">
          <mxGeometry relative="1" as="geometry">
            <Array as="points">
              <mxPoint x="1055" y="900" />
              <mxPoint x="1355" y="900" />
            </Array>
          </mxGeometry>
        </mxCell>
        <mxCell id="59XTsty1G1Yx93DkZX_j-247" edge="1" parent="1" source="59XTsty1G1Yx93DkZX_j-231" style="edgeStyle=orthogonalEdgeStyle;orthogonalLoop=1;jettySize=auto;html=1;entryX=0.25;entryY=0;entryDx=0;entryDy=0;dashed=1;strokeColor=#3333FF;endArrow=none;endFill=0;" target="59XTsty1G1Yx93DkZX_j-117">
          <mxGeometry relative="1" as="geometry">
            <Array as="points">
              <mxPoint x="1055" y="900" />
              <mxPoint x="1295" y="900" />
            </Array>
          </mxGeometry>
        </mxCell>
        <mxCell id="59XTsty1G1Yx93DkZX_j-248" edge="1" parent="1" source="59XTsty1G1Yx93DkZX_j-231" style="edgeStyle=orthogonalEdgeStyle;orthogonalLoop=1;jettySize=auto;html=1;entryX=0.25;entryY=0;entryDx=0;entryDy=0;dashed=1;strokeColor=#3333FF;endArrow=none;endFill=0;" target="59XTsty1G1Yx93DkZX_j-120">
          <mxGeometry relative="1" as="geometry">
            <Array as="points">
              <mxPoint x="1055" y="900" />
              <mxPoint x="1235" y="900" />
            </Array>
          </mxGeometry>
        </mxCell>
        <mxCell id="59XTsty1G1Yx93DkZX_j-249" edge="1" parent="1" source="59XTsty1G1Yx93DkZX_j-231" style="edgeStyle=orthogonalEdgeStyle;orthogonalLoop=1;jettySize=auto;html=1;entryX=0.25;entryY=0;entryDx=0;entryDy=0;dashed=1;strokeColor=#3333FF;endArrow=none;endFill=0;" target="59XTsty1G1Yx93DkZX_j-116">
          <mxGeometry relative="1" as="geometry">
            <Array as="points">
              <mxPoint x="1055" y="900" />
              <mxPoint x="1175" y="900" />
            </Array>
          </mxGeometry>
        </mxCell>
        <mxCell id="0vSBfI8_46AL9H7hPHAw-2" edge="1" parent="1" source="59XTsty1G1Yx93DkZX_j-231" style="edgeStyle=orthogonalEdgeStyle;rounded=1;orthogonalLoop=1;jettySize=auto;html=1;entryX=0;entryY=0.5;entryDx=0;entryDy=0;dashed=1;strokeColor=#3333FF;curved=0;endArrow=none;endFill=0;" target="59XTsty1G1Yx93DkZX_j-155">
          <mxGeometry relative="1" as="geometry" />
        </mxCell>
        <mxCell id="0vSBfI8_46AL9H7hPHAw-6" edge="1" parent="1" source="59XTsty1G1Yx93DkZX_j-231" style="edgeStyle=orthogonalEdgeStyle;rounded=1;orthogonalLoop=1;jettySize=auto;html=1;entryX=0;entryY=0.5;entryDx=0;entryDy=0;curved=0;dashed=1;strokeColor=#3333FF;endArrow=none;endFill=0;" target="0vSBfI8_46AL9H7hPHAw-3">
          <mxGeometry relative="1" as="geometry" />
        </mxCell>
        <mxCell id="59XTsty1G1Yx93DkZX_j-231" parent="1" style="rounded=0;whiteSpace=wrap;html=1;fillColor=#b1ddf0;strokeColor=#10739e;" value="Motor Controller" vertex="1">
          <mxGeometry height="30" width="80" x="1015" y="860" as="geometry" />
        </mxCell>
        <mxCell id="0vSBfI8_46AL9H7hPHAw-3" parent="1" style="rounded=0;whiteSpace=wrap;html=1;fillColor=#b1ddf0;strokeColor=#10739e;" value="Spinner Tool Servo" vertex="1">
          <mxGeometry height="30" width="80" x="1165" y="780" as="geometry" />
        </mxCell>
        <mxCell id="0vSBfI8_46AL9H7hPHAw-30" edge="1" parent="1" source="0vSBfI8_46AL9H7hPHAw-7" style="edgeStyle=orthogonalEdgeStyle;rounded=1;orthogonalLoop=1;jettySize=auto;html=1;entryX=0.167;entryY=-0.009;entryDx=0;entryDy=0;dashed=1;strokeColor=#3333FF;curved=0;entryPerimeter=0;endArrow=none;endFill=0;" target="59XTsty1G1Yx93DkZX_j-111">
          <mxGeometry relative="1" as="geometry">
            <Array as="points">
              <mxPoint x="940" y="280" />
            </Array>
          </mxGeometry>
        </mxCell>
        <mxCell id="0vSBfI8_46AL9H7hPHAw-40" connectable="0" parent="0vSBfI8_46AL9H7hPHAw-30" style="edgeLabel;html=1;align=center;verticalAlign=middle;resizable=0;points=[];" value="TETHER (DATA)" vertex="1">
          <mxGeometry relative="1" x="-0.3495" as="geometry">
            <mxPoint as="offset" />
          </mxGeometry>
        </mxCell>
        <mxCell id="0vSBfI8_46AL9H7hPHAw-7" parent="1" style="rounded=0;whiteSpace=wrap;html=1;fillColor=#f8cecc;strokeColor=#b85450;fontStyle=1" value="Fathom-X Tether Interface" vertex="1">
          <mxGeometry height="60" width="120" x="975" y="250" as="geometry" />
        </mxCell>
        <mxCell id="0vSBfI8_46AL9H7hPHAw-19" parent="1" style="text;html=1;whiteSpace=wrap;strokeColor=none;fillColor=none;align=center;verticalAlign=middle;rounded=0;rotation=270;" value="&lt;font face=&quot;Helvetica&quot; style=&quot;font-size: 28px;&quot;&gt;&lt;b&gt;&lt;span style=&quot;color: rgb(0, 102, 204);&quot;&gt;IN WATER&lt;/span&gt;&lt;/b&gt;&lt;/font&gt;" vertex="1">
          <mxGeometry height="30" width="140.65" x="809.03" y="549.67" as="geometry" />
        </mxCell>
        <mxCell id="0vSBfI8_46AL9H7hPHAw-21" edge="1" parent="1" style="endArrow=none;html=1;rounded=0;strokeWidth=3;fillColor=#fad7ac;strokeColor=#b46504;shadow=1;" value="">
          <mxGeometry height="50" relative="1" width="50" as="geometry">
            <mxPoint x="889.35" y="480" as="sourcePoint" />
            <mxPoint x="890" y="150" as="targetPoint" />
          </mxGeometry>
        </mxCell>
        <mxCell id="0vSBfI8_46AL9H7hPHAw-24" edge="1" parent="1" style="endArrow=none;html=1;rounded=0;strokeWidth=3;fillColor=#fad7ac;strokeColor=#b46504;shadow=1;" value="">
          <mxGeometry height="50" relative="1" width="50" as="geometry">
            <mxPoint x="890" y="150" as="sourcePoint" />
            <mxPoint x="1639.35" y="150" as="targetPoint" />
          </mxGeometry>
        </mxCell>
        <mxCell id="0vSBfI8_46AL9H7hPHAw-25" edge="1" parent="1" style="endArrow=none;html=1;rounded=0;strokeWidth=3;fillColor=#fad7ac;strokeColor=#b46504;shadow=1;" value="">
          <mxGeometry height="50" relative="1" width="50" as="geometry">
            <mxPoint x="1639.35" y="480" as="sourcePoint" />
            <mxPoint x="1639.35" y="150" as="targetPoint" />
          </mxGeometry>
        </mxCell>
        <mxCell id="0vSBfI8_46AL9H7hPHAw-26" edge="1" parent="1" style="endArrow=none;html=1;rounded=0;strokeWidth=3;fillColor=#fad7ac;strokeColor=#b46504;shadow=1;" value="">
          <mxGeometry height="50" relative="1" width="50" as="geometry">
            <mxPoint x="889.35" y="480" as="sourcePoint" />
            <mxPoint x="1639.35" y="480" as="targetPoint" />
          </mxGeometry>
        </mxCell>
        <mxCell id="0vSBfI8_46AL9H7hPHAw-27" parent="1" style="text;html=1;whiteSpace=wrap;strokeColor=none;fillColor=none;align=center;verticalAlign=middle;rounded=0;rotation=270;" value="&lt;font style=&quot;font-size: 28px; color: rgb(180, 101, 4);&quot;&gt;&lt;b&gt;SURFACE&lt;/b&gt;&lt;/font&gt;" vertex="1">
          <mxGeometry height="30" width="140" x="809.35" y="390" as="geometry" />
        </mxCell>
        <mxCell id="0vSBfI8_46AL9H7hPHAw-37" parent="1" style="rounded=0;whiteSpace=wrap;html=1;fillColor=#b1ddf0;strokeColor=#10739e;" value="Camera" vertex="1">
          <mxGeometry height="30" width="80" x="1165" y="620" as="geometry" />
        </mxCell>
      </root>
    </mxGraphModel>
  </diagram>
</mxfile>
